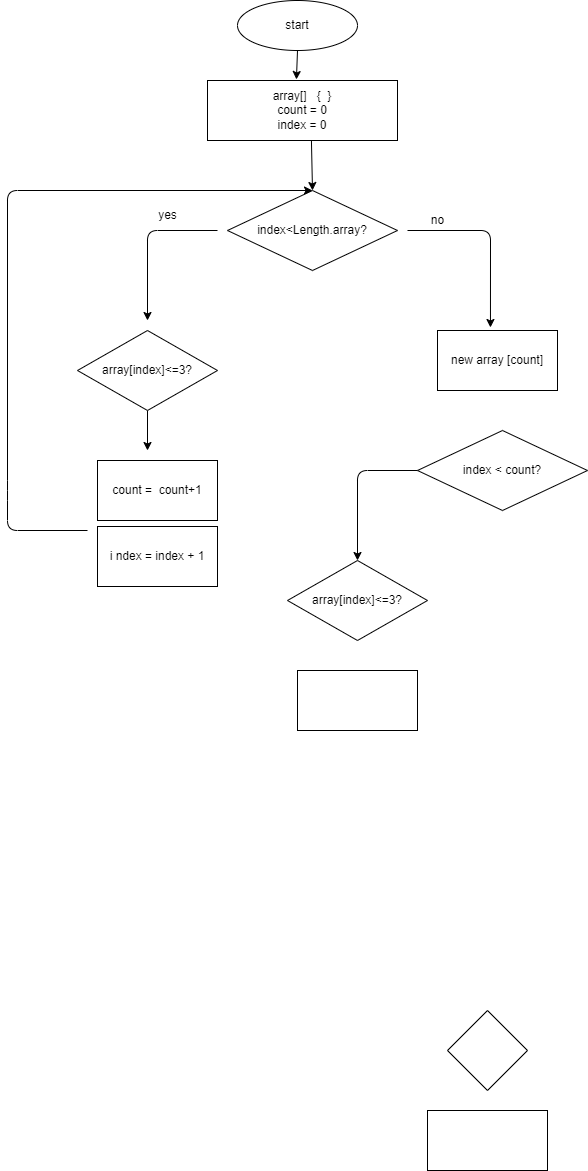
Before: Algoritm.drawio.png, a diagram exported from draw.io (AnnaVBelousova/Finalwork). Source tidied: cells renumbered, new cells last; positions are measured from the earlier drawing's top-left corner, leaving out a move shared by most shapes.
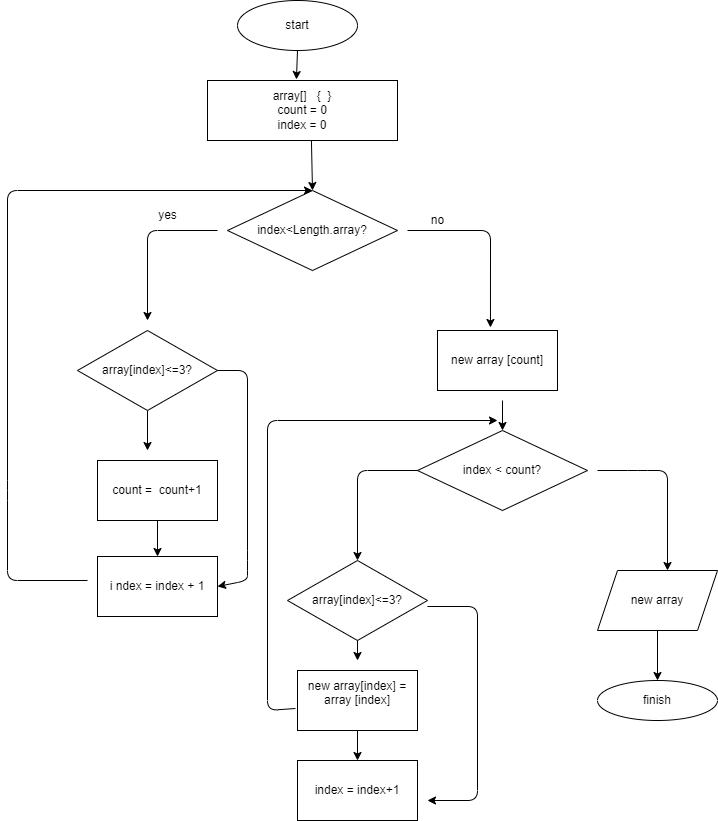
Above is the later version.

The edit, as a diff of the source:
```diff
@@ -23,38 +23,47 @@
         </Array>
       </mxGeometry>
     </mxCell>
+    <mxCell id="23" style="edgeStyle=none;html=1;exitX=-0.017;exitY=0.633;exitDx=0;exitDy=0;exitPerimeter=0;" parent="1" edge="1" source="7">
+      <mxGeometry relative="1" as="geometry">
+        <mxPoint x="490" y="420" as="targetPoint" />
+        <Array as="points">
+          <mxPoint x="260" y="710" />
+          <mxPoint x="260" y="420" />
+        </Array>
+      </mxGeometry>
+    </mxCell>
+    <mxCell id="24" style="edgeStyle=none;html=1;entryX=0.5;entryY=0;entryDx=0;entryDy=0;" parent="1" edge="1" source="7" target="31">
+      <mxGeometry relative="1" as="geometry" />
+    </mxCell>
-    <mxCell id="7" style="rounded=0;whiteSpace=wrap;html=1;" parent="1" vertex="1">
+    <mxCell id="7" value="new array[index] = array [index]&lt;br&gt;&lt;br&gt;" style="rounded=0;whiteSpace=wrap;html=1;" parent="1" vertex="1">
       <mxGeometry x="290" y="670" width="120" height="60" as="geometry" />
     </mxCell>
     <mxCell id="8" value="new array [count]" style="rounded=0;whiteSpace=wrap;html=1;" parent="1" vertex="1">
       <mxGeometry x="430" y="330" width="120" height="60" as="geometry" />
     </mxCell>
-    <mxCell id="9" style="rhombus;whiteSpace=wrap;html=1;" parent="1" vertex="1">
-      <mxGeometry x="440" y="1010" width="80" height="80" as="geometry" />
-    </mxCell>
     <mxCell id="10" value="index &amp;lt; count?" style="rhombus;whiteSpace=wrap;html=1;" parent="1" vertex="1">
       <mxGeometry x="410" y="430" width="170" height="80" as="geometry" />
     </mxCell>
-    <mxCell id="11" style="rounded=0;whiteSpace=wrap;html=1;" parent="1" vertex="1">
-      <mxGeometry x="420" y="1110" width="120" height="60" as="geometry" />
-    </mxCell>
     <mxCell id="12" style="endArrow=classic;html=1;entryX=0.5;entryY=0;entryDx=0;entryDy=0;exitX=0.547;exitY=1;exitDx=0;exitDy=0;exitPerimeter=0;" parent="1" edge="1" source="4" target="5">
       <mxGeometry relative="1" as="geometry" />
     </mxCell>
     <mxCell id="13" value="yes" style="text;html=1;align=center;verticalAlign=middle;strokeColor=none;fillColor=none;" parent="1" vertex="1">
       <mxGeometry x="140" y="200" width="40" height="30" as="geometry" />
     </mxCell>
+    <mxCell id="25" style="edgeStyle=none;html=1;exitX=0.5;exitY=1;exitDx=0;exitDy=0;entryX=0.5;entryY=0;entryDx=0;entryDy=0;" parent="1" edge="1" source="14" target="15">
+      <mxGeometry relative="1" as="geometry" />
+    </mxCell>
     <mxCell id="14" value="count =&amp;nbsp; count+1" style="rounded=0;whiteSpace=wrap;html=1;" parent="1" vertex="1">
       <mxGeometry x="90" y="460" width="120" height="60" as="geometry" />
     </mxCell>
     <mxCell id="15" value="i ndex = index + 1" style="rounded=0;whiteSpace=wrap;html=1;" parent="1" vertex="1">
-      <mxGeometry x="90" y="526" width="120" height="60" as="geometry" />
+      <mxGeometry x="90" y="556" width="120" height="60" as="geometry" />
     </mxCell>
     <mxCell id="16" style="endArrow=classic;html=1;entryX=0.5;entryY=0;entryDx=0;entryDy=0;" parent="1" edge="1" target="5">
       <mxGeometry relative="1" as="geometry">
-        <mxPoint x="80" y="530" as="sourcePoint" />
+        <mxPoint x="80" y="580" as="sourcePoint" />
         <Array as="points">
-          <mxPoint y="530" />
+          <mxPoint y="580" />
           <mxPoint y="490" />
           <mxPoint y="190" />
         </Array>
@@ -91,5 +100,57 @@
     <mxCell id="22" value="array[index]&amp;lt;=3?" style="rhombus;whiteSpace=wrap;html=1;" parent="1" vertex="1">
       <mxGeometry x="280" y="560" width="140" height="80" as="geometry" />
     </mxCell>
+    <mxCell id="26" style="endArrow=classic;html=1;exitX=0.5;exitY=1;exitDx=0;exitDy=0;" parent="1" edge="1" source="22">
+      <mxGeometry relative="1" as="geometry">
+        <mxPoint x="350" y="660" as="targetPoint" />
+      </mxGeometry>
+    </mxCell>
+    <mxCell id="27" style="endArrow=classic;html=1;entryX=0.5;entryY=0;entryDx=0;entryDy=0;" parent="1" edge="1" target="10">
+      <mxGeometry relative="1" as="geometry">
+        <mxPoint x="495" y="400" as="sourcePoint" />
+      </mxGeometry>
+    </mxCell>
+    <mxCell id="28" style="endArrow=classic;html=1;" parent="1" edge="1">
+      <mxGeometry relative="1" as="geometry">
+        <mxPoint x="590" y="470" as="sourcePoint" />
+        <mxPoint x="660" y="570" as="targetPoint" />
+        <Array as="points">
+          <mxPoint x="630" y="470" />
+          <mxPoint x="660" y="470" />
+        </Array>
+      </mxGeometry>
+    </mxCell>
+    <mxCell id="29" style="endArrow=classic;html=1;" parent="1" edge="1">
+      <mxGeometry relative="1" as="geometry">
+        <mxPoint x="420" y="606" as="sourcePoint" />
+        <mxPoint x="420" y="800" as="targetPoint" />
+        <Array as="points">
+          <mxPoint x="470" y="606" />
+          <mxPoint x="470" y="800" />
+        </Array>
+      </mxGeometry>
+    </mxCell>
+    <mxCell id="30" style="endArrow=classic;html=1;entryX=1;entryY=0.5;entryDx=0;entryDy=0;" parent="1" edge="1" target="15">
+      <mxGeometry relative="1" as="geometry">
+        <mxPoint x="210" y="370" as="sourcePoint" />
+        <Array as="points">
+          <mxPoint x="240" y="370" />
+          <mxPoint x="240" y="560" />
+          <mxPoint x="240" y="580" />
+        </Array>
+      </mxGeometry>
+    </mxCell>
+    <mxCell id="31" value="index = index+1" style="rounded=0;whiteSpace=wrap;html=1;" parent="1" vertex="1">
+      <mxGeometry x="290" y="760" width="120" height="60" as="geometry" />
+    </mxCell>
+    <mxCell id="32" value="new array" style="shape=parallelogram;perimeter=parallelogramPerimeter;whiteSpace=wrap;html=1;fixedSize=1;" parent="1" vertex="1">
+      <mxGeometry x="590" y="570" width="120" height="60" as="geometry" />
+    </mxCell>
+    <mxCell id="33" style="endArrow=classic;html=1;exitX=0.5;exitY=1;exitDx=0;exitDy=0;" parent="1" edge="1" source="32" target="34">
+      <mxGeometry relative="1" as="geometry" />
+    </mxCell>
+    <mxCell id="34" value="finish" style="ellipse;whiteSpace=wrap;html=1;" parent="1" vertex="1">
+      <mxGeometry x="590" y="680" width="120" height="40" as="geometry" />
+    </mxCell>
   </root>
 </mxGraphModel>
```
